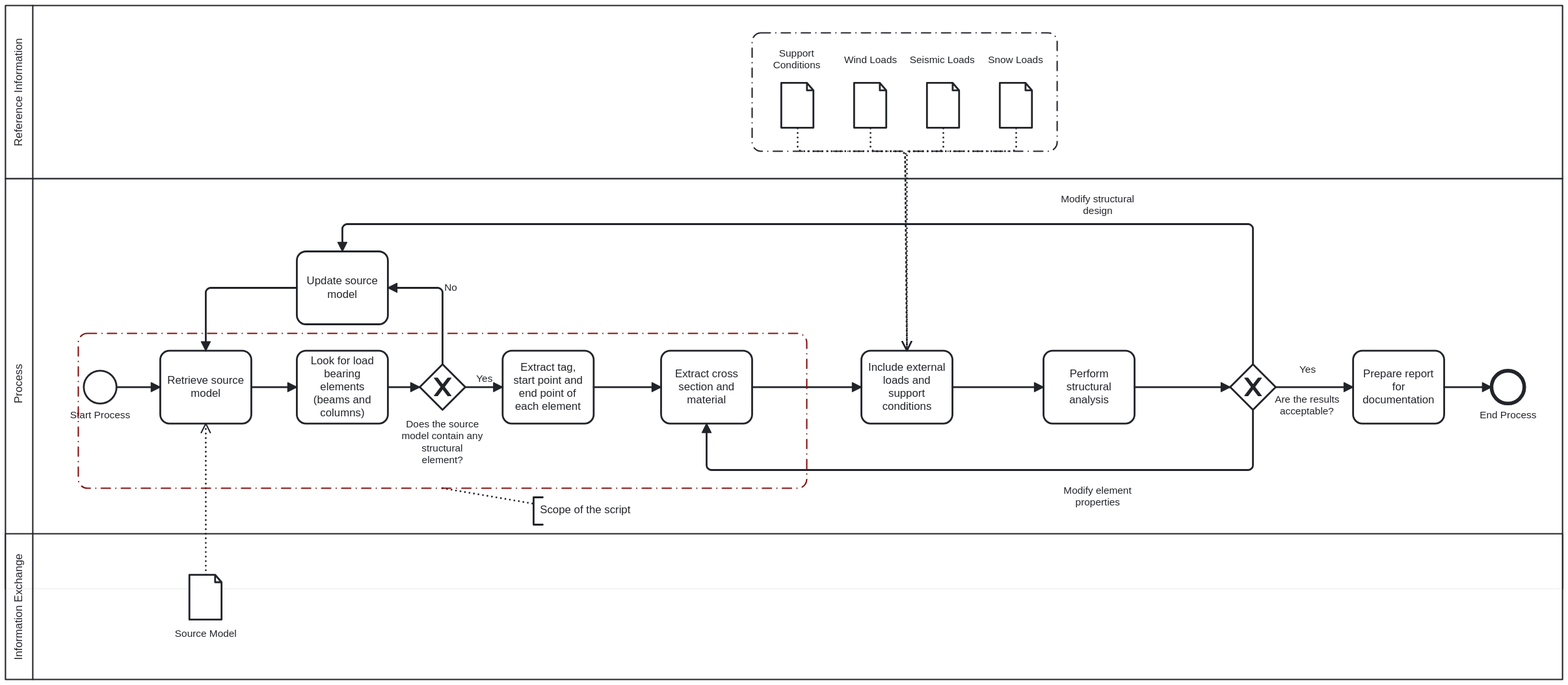
Above: BPMN Group 20.svg in leonschoene/41934_Advanced_BIM_Group_20 (BPMN), before the change. Its source is kept beside it as BPMN Group 20.bpmn. Ids are renumbered.
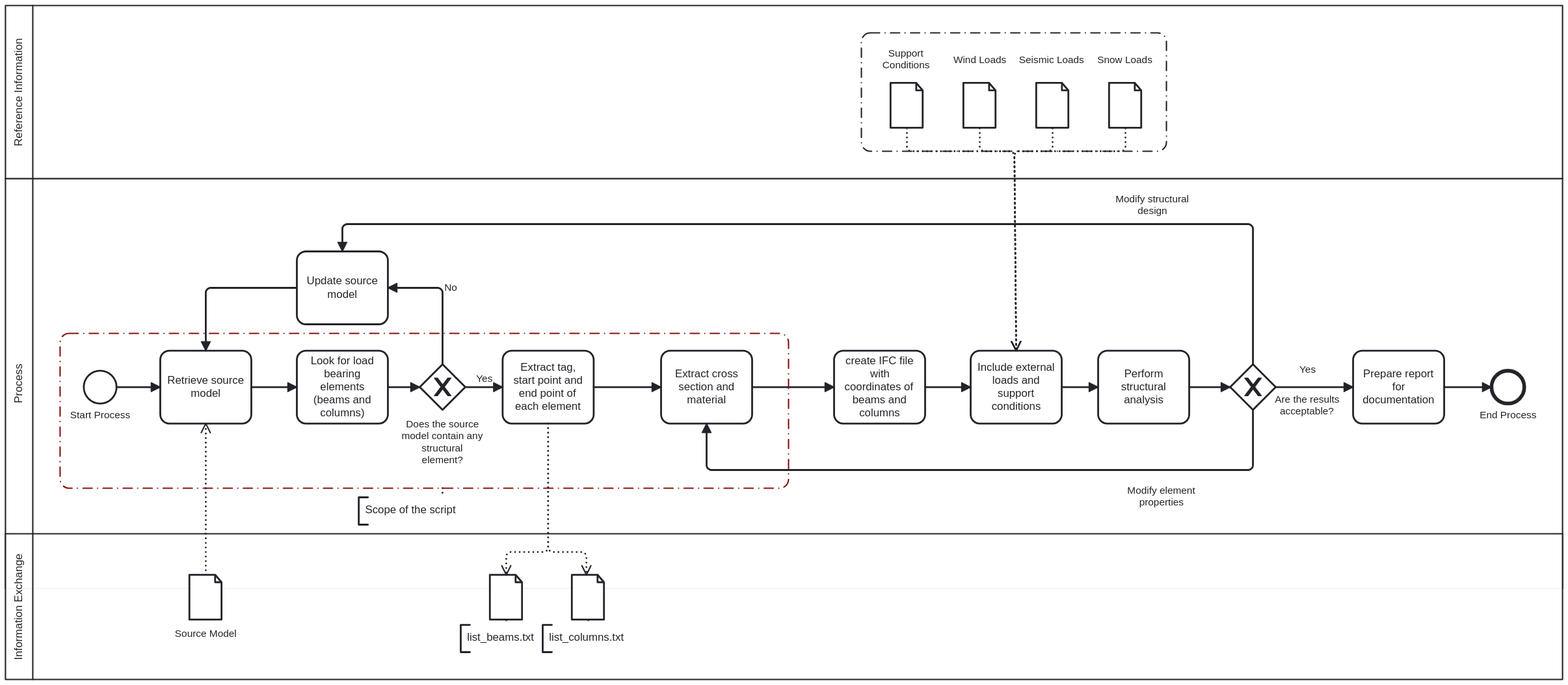
The same file after the commit.

Commit message:
BPMN file with data .txt exchange

Change to the diagram source:
```diff
@@ -19,6 +19,12 @@
     <bpmn:task id="Activity_n18" name="Extract tag, start point and end point of each element">
       <bpmn:incoming>Flow_n16</bpmn:incoming>
       <bpmn:outgoing>Flow_n19</bpmn:outgoing>
+      <bpmn:dataOutputAssociation id="DataOutputAssociation_n66">
+        <bpmn:targetRef>DataObjectReference_n67</bpmn:targetRef>
+      </bpmn:dataOutputAssociation>
+      <bpmn:dataOutputAssociation id="DataOutputAssociation_n68">
+        <bpmn:targetRef>DataObjectReference_n69</bpmn:targetRef>
+      </bpmn:dataOutputAssociation>
     </bpmn:task>
     <bpmn:task id="Activity_n20" name="Retrieve source model">
       <bpmn:incoming>Flow_n21</bpmn:incoming>
@@ -47,15 +53,11 @@
     <bpmn:sequenceFlow id="Flow_n22" sourceRef="Activity_n27" targetRef="Activity_n20" />
     <bpmn:sequenceFlow id="Flow_n28" name="Modify structural design" sourceRef="Gateway_n30" targetRef="Activity_n27" />
     <bpmn:sequenceFlow id="Flow_n31" name="Modify element properties" sourceRef="Gateway_n30" targetRef="Activity_n29" />
-    <bpmn:sequenceFlow id="Flow_n32" sourceRef="Activity_n29" targetRef="Activity_n33" />
+    <bpmn:sequenceFlow id="Flow_n32" sourceRef="Activity_n29" targetRef="Activity_n70" />
     <bpmn:sequenceFlow id="Flow_n34" sourceRef="Activity_n33" targetRef="Activity_n35" />
     <bpmn:sequenceFlow id="Flow_n36" sourceRef="Activity_n37" targetRef="Event_n38" />
     <bpmn:sequenceFlow id="Flow_n39" name="Yes" sourceRef="Gateway_n30" targetRef="Activity_n37" />
     <bpmn:sequenceFlow id="Flow_n40" sourceRef="Activity_n35" targetRef="Gateway_n30" />
-    <bpmn:task id="Activity_n35" name="Perform structural analysis">
-      <bpmn:incoming>Flow_n34</bpmn:incoming>
-      <bpmn:outgoing>Flow_n40</bpmn:outgoing>
-    </bpmn:task>
     <bpmn:exclusiveGateway id="Gateway_n30" name="Are the results acceptable?">
       <bpmn:incoming>Flow_n40</bpmn:incoming>
       <bpmn:outgoing>Flow_n39</bpmn:outgoing>
@@ -69,8 +71,17 @@
     <bpmn:endEvent id="Event_n38" name="End Process">
       <bpmn:incoming>Flow_n36</bpmn:incoming>
     </bpmn:endEvent>
+    <bpmn:task id="Activity_n29" name="Extract cross section and material">
+      <bpmn:incoming>Flow_n31</bpmn:incoming>
+      <bpmn:incoming>Flow_n19</bpmn:incoming>
+      <bpmn:outgoing>Flow_n32</bpmn:outgoing>
+    </bpmn:task>
+    <bpmn:task id="Activity_n35" name="Perform structural analysis">
+      <bpmn:incoming>Flow_n34</bpmn:incoming>
+      <bpmn:outgoing>Flow_n40</bpmn:outgoing>
+    </bpmn:task>
     <bpmn:task id="Activity_n33" name="Include external loads and support conditions">
-      <bpmn:incoming>Flow_n32</bpmn:incoming>
+      <bpmn:incoming>Flow_n71</bpmn:incoming>
       <bpmn:outgoing>Flow_n34</bpmn:outgoing>
       <bpmn:property id="Property_n41" name="__targetRef_placeholder" />
       <bpmn:dataInputAssociation id="DataInputAssociation_n42">
@@ -90,25 +101,25 @@
         <bpmn:targetRef>Property_n41</bpmn:targetRef>
       </bpmn:dataInputAssociation>
     </bpmn:task>
-    <bpmn:task id="Activity_n29" name="Extract cross section and material">
-      <bpmn:incoming>Flow_n31</bpmn:incoming>
-      <bpmn:incoming>Flow_n19</bpmn:incoming>
-      <bpmn:outgoing>Flow_n32</bpmn:outgoing>
+    <bpmn:task id="Activity_n70" name="create IFC file with coordinates of beams and columns">
+      <bpmn:incoming>Flow_n32</bpmn:incoming>
+      <bpmn:outgoing>Flow_n71</bpmn:outgoing>
     </bpmn:task>
+    <bpmn:sequenceFlow id="Flow_n71" sourceRef="Activity_n70" targetRef="Activity_n33" />
     <bpmn:textAnnotation id="TextAnnotation_n50">
       <bpmn:text>Scope of the script</bpmn:text>
     </bpmn:textAnnotation>
     <bpmn:association id="Association_n51" sourceRef="Group_n11" targetRef="TextAnnotation_n50" />
   </bpmn:process>
   <bpmn:process id="Process_n6">
+    <bpmn:dataObjectReference id="DataObjectReference_n49" name="Support Conditions" dataObjectRef="DataObject_n55" />
+    <bpmn:dataObject id="DataObject_n55" />
+    <bpmn:dataObjectReference id="DataObjectReference_n43" name="Wind Loads" dataObjectRef="DataObject_n54" />
+    <bpmn:dataObject id="DataObject_n54" />
+    <bpmn:dataObjectReference id="DataObjectReference_n47" name="Seismic Loads" dataObjectRef="DataObject_n53" />
+    <bpmn:dataObject id="DataObject_n53" />
     <bpmn:dataObjectReference id="DataObjectReference_n45" name="Snow Loads" dataObjectRef="DataObject_n52" />
     <bpmn:dataObject id="DataObject_n52" />
-    <bpmn:dataObjectReference id="DataObjectReference_n47" name="Seismic Loads" dataObjectRef="DataObject_n53" />
-    <bpmn:dataObject id="DataObject_n53" />
-    <bpmn:dataObjectReference id="DataObjectReference_n43" name="Wind Loads" dataObjectRef="DataObject_n54" />
-    <bpmn:dataObject id="DataObject_n54" />
-    <bpmn:dataObjectReference id="DataObjectReference_n49" name="Support Conditions" dataObjectRef="DataObject_n55" />
-    <bpmn:dataObject id="DataObject_n55" />
   </bpmn:process>
   <bpmn:category id="Category_n56">
     <bpmn:categoryValue id="CategoryValue_n10" />
@@ -116,6 +127,18 @@
   <bpmn:process id="Process_n8">
     <bpmn:dataObjectReference id="DataObjectReference_n25" name="Source Model" dataObjectRef="DataObject_n57" />
     <bpmn:dataObject id="DataObject_n57" />
+    <bpmn:dataObjectReference id="DataObjectReference_n67" dataObjectRef="DataObject_n72" />
+    <bpmn:dataObject id="DataObject_n72" />
+    <bpmn:dataObjectReference id="DataObjectReference_n69" dataObjectRef="DataObject_n73" />
+    <bpmn:dataObject id="DataObject_n73" />
+    <bpmn:textAnnotation id="TextAnnotation_n74">
+      <bpmn:text>list_beams.txt</bpmn:text>
+    </bpmn:textAnnotation>
+    <bpmn:association id="Association_n75" sourceRef="DataObjectReference_n67" targetRef="TextAnnotation_n74" />
+    <bpmn:textAnnotation id="TextAnnotation_n76">
+      <bpmn:text>list_columns.txt</bpmn:text>
+    </bpmn:textAnnotation>
+    <bpmn:association id="Association_n77" sourceRef="DataObjectReference_n69" targetRef="TextAnnotation_n76" />
   </bpmn:process>
   <bpmndi:BPMNDiagram id="BPMNDiagram_1">
     <bpmndi:BPMNPlane id="BPMNPlane_1" bpmnElement="Collaboration_n2">
@@ -124,7 +147,7 @@
         <bpmndi:BPMNLabel />
       </bpmndi:BPMNShape>
       <bpmndi:BPMNShape id="TextAnnotation_n50_di" bpmnElement="TextAnnotation_n50">
-        <dc:Bounds x="740" y="620" width="184" height="30" />
+        <dc:Bounds x="548" y="620" width="184" height="30" />
         <bpmndi:BPMNLabel />
       </bpmndi:BPMNShape>
       <bpmndi:BPMNShape id="BPMNShape_n58" bpmnElement="Activity_n12">
@@ -155,10 +178,6 @@
         <dc:Bounds x="480" y="350" width="100" height="80" />
         <bpmndi:BPMNLabel />
       </bpmndi:BPMNShape>
-      <bpmndi:BPMNShape id="Activity_n35_di" bpmnElement="Activity_n35">
-        <dc:Bounds x="1300" y="459" width="100" height="80" />
-        <bpmndi:BPMNLabel />
-      </bpmndi:BPMNShape>
       <bpmndi:BPMNShape id="Gateway_02c8cbj_di" bpmnElement="Gateway_n30" isMarkerVisible="true">
         <dc:Bounds x="1505" y="474" width="50" height="50" />
         <bpmndi:BPMNLabel>
@@ -175,17 +194,25 @@
           <dc:Bounds x="1779" y="523" width="63" height="14" />
         </bpmndi:BPMNLabel>
       </bpmndi:BPMNShape>
-      <bpmndi:BPMNShape id="BPMNShape_n61" bpmnElement="Activity_n33">
-        <dc:Bounds x="1100" y="459" width="100" height="80" />
-        <bpmndi:BPMNLabel />
-      </bpmndi:BPMNShape>
       <bpmndi:BPMNShape id="BPMNShape_n62" bpmnElement="Activity_n29">
         <dc:Bounds x="880" y="459" width="100" height="80" />
         <bpmndi:BPMNLabel />
       </bpmndi:BPMNShape>
+      <bpmndi:BPMNShape id="Activity_n35_di" bpmnElement="Activity_n35">
+        <dc:Bounds x="1360" y="459" width="100" height="80" />
+        <bpmndi:BPMNLabel />
+      </bpmndi:BPMNShape>
+      <bpmndi:BPMNShape id="BPMNShape_n61" bpmnElement="Activity_n33">
+        <dc:Bounds x="1220" y="459" width="100" height="80" />
+        <bpmndi:BPMNLabel />
+      </bpmndi:BPMNShape>
+      <bpmndi:BPMNShape id="Activity_n70_di" bpmnElement="Activity_n70">
+        <dc:Bounds x="1070" y="459" width="100" height="80" />
+        <bpmndi:BPMNLabel />
+      </bpmndi:BPMNShape>
       <bpmndi:BPMNEdge id="Association_n51_di" bpmnElement="Association_n51">
         <di:waypoint x="640" y="610" />
-        <di:waypoint x="740" y="627" />
+        <di:waypoint x="640" y="620" />
       </bpmndi:BPMNEdge>
       <bpmndi:BPMNEdge id="Flow_n13_di" bpmnElement="Flow_n13">
         <di:waypoint x="430" y="499" />
@@ -229,7 +256,7 @@
         <di:waypoint x="530" y="320" />
         <di:waypoint x="530" y="350" />
         <bpmndi:BPMNLabel>
-          <dc:Bounds x="1319" y="286" width="82" height="27" />
+          <dc:Bounds x="1379" y="286" width="82" height="27" />
         </bpmndi:BPMNLabel>
       </bpmndi:BPMNEdge>
       <bpmndi:BPMNEdge id="Flow_n31_di" bpmnElement="Flow_n31">
@@ -238,16 +265,16 @@
         <di:waypoint x="930" y="590" />
         <di:waypoint x="930" y="539" />
         <bpmndi:BPMNLabel>
-          <dc:Bounds x="1322" y="606" width="76" height="27" />
+          <dc:Bounds x="1392" y="606" width="76" height="27" />
         </bpmndi:BPMNLabel>
       </bpmndi:BPMNEdge>
       <bpmndi:BPMNEdge id="Flow_n32_di" bpmnElement="Flow_n32">
         <di:waypoint x="980" y="499" />
-        <di:waypoint x="1100" y="499" />
+        <di:waypoint x="1070" y="499" />
       </bpmndi:BPMNEdge>
       <bpmndi:BPMNEdge id="Flow_n34_di" bpmnElement="Flow_n34">
-        <di:waypoint x="1200" y="499" />
-        <di:waypoint x="1300" y="499" />
+        <di:waypoint x="1320" y="499" />
+        <di:waypoint x="1360" y="499" />
       </bpmndi:BPMNEdge>
       <bpmndi:BPMNEdge id="Flow_n36_di" bpmnElement="Flow_n36">
         <di:waypoint x="1740" y="499" />
@@ -261,39 +288,51 @@
         </bpmndi:BPMNLabel>
       </bpmndi:BPMNEdge>
       <bpmndi:BPMNEdge id="Flow_n40_di" bpmnElement="Flow_n40">
-        <di:waypoint x="1400" y="499" />
+        <di:waypoint x="1460" y="499" />
         <di:waypoint x="1505" y="499" />
+      </bpmndi:BPMNEdge>
+      <bpmndi:BPMNEdge id="Flow_n71_di" bpmnElement="Flow_n71">
+        <di:waypoint x="1170" y="499" />
+        <di:waypoint x="1220" y="499" />
       </bpmndi:BPMNEdge>
       <bpmndi:BPMNShape id="Participant_n5_di" bpmnElement="Participant_n5" isHorizontal="true">
         <dc:Bounds x="160" y="80" width="1710" height="190" />
         <bpmndi:BPMNLabel />
       </bpmndi:BPMNShape>
-      <bpmndi:BPMNShape id="BPMNShape_n63" bpmnElement="DataObjectReference_n45">
-        <dc:Bounds x="1252" y="165" width="36" height="50" />
+      <bpmndi:BPMNShape id="DataObjectReference_n49_di" bpmnElement="DataObjectReference_n49">
+        <dc:Bounds x="1132" y="165" width="36" height="50" />
         <bpmndi:BPMNLabel>
-          <dc:Bounds x="1239" y="133" width="62" height="14" />
+          <dc:Bounds x="1123" y="126" width="53" height="27" />
+        </bpmndi:BPMNLabel>
+      </bpmndi:BPMNShape>
+      <bpmndi:BPMNShape id="BPMNShape_n65" bpmnElement="DataObjectReference_n43">
+        <dc:Bounds x="1212" y="165" width="36" height="50" />
+        <bpmndi:BPMNLabel>
+          <dc:Bounds x="1201" y="133" width="58" height="14" />
         </bpmndi:BPMNLabel>
       </bpmndi:BPMNShape>
       <bpmndi:BPMNShape id="BPMNShape_n64" bpmnElement="DataObjectReference_n47">
-        <dc:Bounds x="1172" y="165" width="36" height="50" />
+        <dc:Bounds x="1292" y="165" width="36" height="50" />
         <bpmndi:BPMNLabel>
-          <dc:Bounds x="1153" y="133" width="73" height="14" />
+          <dc:Bounds x="1273" y="133" width="73" height="14" />
         </bpmndi:BPMNLabel>
       </bpmndi:BPMNShape>
-      <bpmndi:BPMNShape id="BPMNShape_n65" bpmnElement="DataObjectReference_n43">
-        <dc:Bounds x="1092" y="165" width="36" height="50" />
+      <bpmndi:BPMNShape id="BPMNShape_n63" bpmnElement="DataObjectReference_n45">
+        <dc:Bounds x="1372" y="165" width="36" height="50" />
         <bpmndi:BPMNLabel>
-          <dc:Bounds x="1081" y="133" width="58" height="14" />
-        </bpmndi:BPMNLabel>
-      </bpmndi:BPMNShape>
-      <bpmndi:BPMNShape id="DataObjectReference_n49_di" bpmnElement="DataObjectReference_n49">
-        <dc:Bounds x="1012" y="165" width="36" height="50" />
-        <bpmndi:BPMNLabel>
-          <dc:Bounds x="1003" y="126" width="53" height="27" />
+          <dc:Bounds x="1359" y="133" width="62" height="14" />
         </bpmndi:BPMNLabel>
       </bpmndi:BPMNShape>
       <bpmndi:BPMNShape id="Participant_n7_di" bpmnElement="Participant_n7" isHorizontal="true">
         <dc:Bounds x="160" y="660" width="1710" height="160" />
+        <bpmndi:BPMNLabel />
+      </bpmndi:BPMNShape>
+      <bpmndi:BPMNShape id="TextAnnotation_n74_di" bpmnElement="TextAnnotation_n74">
+        <dc:Bounds x="660" y="760" width="99.99605926860025" height="29.988965952080708" />
+        <bpmndi:BPMNLabel />
+      </bpmndi:BPMNShape>
+      <bpmndi:BPMNShape id="TextAnnotation_n76_di" bpmnElement="TextAnnotation_n76">
+        <dc:Bounds x="750" y="760" width="99.99605926860025" height="29.9889659520807" />
         <bpmndi:BPMNLabel />
       </bpmndi:BPMNShape>
       <bpmndi:BPMNShape id="DataObjectReference_n25_di" bpmnElement="DataObjectReference_n25">
@@ -302,39 +341,65 @@
           <dc:Bounds x="346" y="763" width="69" height="14" />
         </bpmndi:BPMNLabel>
       </bpmndi:BPMNShape>
-      <bpmndi:BPMNShape id="Group_n9_di" bpmnElement="Group_n9">
-        <dc:Bounds x="980" y="110" width="335" height="130" />
+      <bpmndi:BPMNShape id="DataObjectReference_n67_di" bpmnElement="DataObjectReference_n67">
+        <dc:Bounds x="692" y="705" width="36" height="50" />
+      </bpmndi:BPMNShape>
+      <bpmndi:BPMNShape id="DataObjectReference_n69_di" bpmnElement="DataObjectReference_n69">
+        <dc:Bounds x="782" y="705" width="36" height="50" />
+      </bpmndi:BPMNShape>
+      <bpmndi:BPMNEdge id="Association_n75_di" bpmnElement="Association_n75">
+        <di:waypoint x="710" y="755" />
+        <di:waypoint x="710" y="760" />
+      </bpmndi:BPMNEdge>
+      <bpmndi:BPMNEdge id="Association_n77_di" bpmnElement="Association_n77">
+        <di:waypoint x="800" y="755" />
+        <di:waypoint x="800" y="760" />
+      </bpmndi:BPMNEdge>
+      <bpmndi:BPMNEdge id="DataOutputAssociation_n66_di" bpmnElement="DataOutputAssociation_n66">
+        <di:waypoint x="756" y="539" />
+        <di:waypoint x="756" y="680" />
+        <di:waypoint x="710" y="680" />
+        <di:waypoint x="710" y="705" />
+      </bpmndi:BPMNEdge>
+      <bpmndi:BPMNEdge id="DataOutputAssociation_n68_di" bpmnElement="DataOutputAssociation_n68">
+        <di:waypoint x="756" y="539" />
+        <di:waypoint x="756" y="680" />
+        <di:waypoint x="798" y="680" />
+        <di:waypoint x="798" y="705" />
+      </bpmndi:BPMNEdge>
+      <bpmndi:BPMNShape id="Group_n11_di" bpmnElement="Group_n11" bioc:stroke="#831311" bioc:fill="#ffcdd2" color:background-color="#ffcdd2" color:border-color="#831311">
+        <dc:Bounds x="220" y="440" width="800" height="170" />
       </bpmndi:BPMNShape>
       <bpmndi:BPMNEdge id="DataInputAssociation_n24_di" bpmnElement="DataInputAssociation_n24">
         <di:waypoint x="380" y="705" />
         <di:waypoint x="380" y="539" />
       </bpmndi:BPMNEdge>
       <bpmndi:BPMNEdge id="DataInputAssociation_n42_di" bpmnElement="DataInputAssociation_n42">
-        <di:waypoint x="1110" y="215" />
-        <di:waypoint x="1110" y="240" />
-        <di:waypoint x="1148" y="240" />
-        <di:waypoint x="1150" y="459" />
+        <di:waypoint x="1230" y="215" />
+        <di:waypoint x="1230" y="240" />
+        <di:waypoint x="1268" y="240" />
+        <di:waypoint x="1270" y="459" />
       </bpmndi:BPMNEdge>
       <bpmndi:BPMNEdge id="DataInputAssociation_n44_di" bpmnElement="DataInputAssociation_n44">
-        <di:waypoint x="1270" y="215" />
-        <di:waypoint x="1270" y="240" />
-        <di:waypoint x="1150" y="240" />
-        <di:waypoint x="1150" y="459" />
+        <di:waypoint x="1390" y="215" />
+        <di:waypoint x="1390" y="240" />
+        <di:waypoint x="1268" y="240" />
+        <di:waypoint x="1270" y="459" />
       </bpmndi:BPMNEdge>
       <bpmndi:BPMNEdge id="DataInputAssociation_n46_di" bpmnElement="DataInputAssociation_n46">
-        <di:waypoint x="1190" y="215" />
-        <di:waypoint x="1190" y="240" />
-        <di:waypoint x="1148" y="240" />
-        <di:waypoint x="1150" y="459" />
+        <di:waypoint x="1310" y="215" />
+        <di:waypoint x="1310" y="240" />
+        <di:waypoint x="1268" y="240" />
+        <di:waypoint x="1270" y="459" />
       </bpmndi:BPMNEdge>
       <bpmndi:BPMNEdge id="DataInputAssociation_n48_di" bpmnElement="DataInputAssociation_n48">
-        <di:waypoint x="1030" y="215" />
-        <di:waypoint x="1030" y="240" />
-        <di:waypoint x="1148" y="240" />
-        <di:waypoint x="1150" y="459" />
+        <di:waypoint x="1150" y="215" />
+        <di:waypoint x="1150" y="240" />
+        <di:waypoint x="1268" y="240" />
+        <di:waypoint x="1270" y="459" />
       </bpmndi:BPMNEdge>
-      <bpmndi:BPMNShape id="Group_n11_di" bpmnElement="Group_n11" bioc:stroke="#831311" bioc:fill="#ffcdd2" color:background-color="#ffcdd2" color:border-color="#831311">
-        <dc:Bounds x="240" y="440" width="800" height="170" />
+      <bpmndi:BPMNShape id="Group_n9_di" bpmnElement="Group_n9">
+        <dc:Bounds x="1100" y="110" width="335" height="130" />
       </bpmndi:BPMNShape>
     </bpmndi:BPMNPlane>
   </bpmndi:BPMNDiagram>
```
